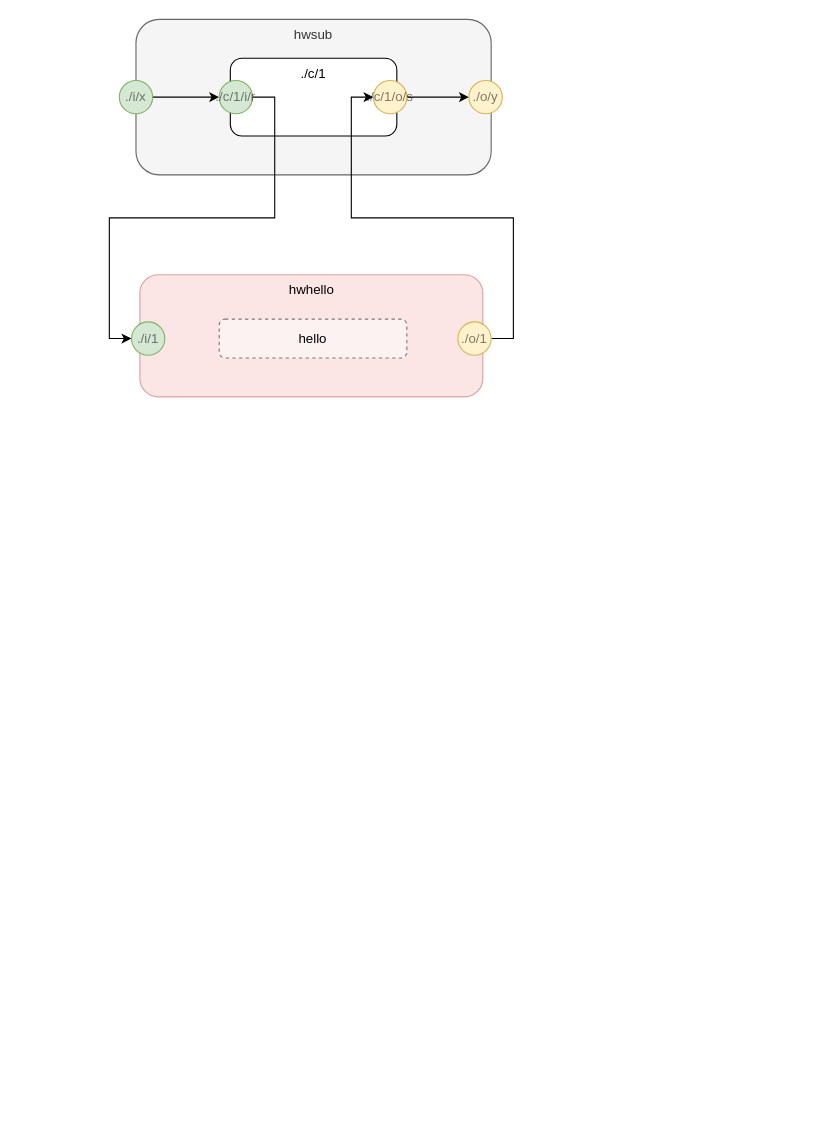
Above: page "hw23" (4 of 8) of v2/hello.drawio in guitarvydas/asc-manually (draw.io), before the change. Source tidied: cells renumbered, new cells numbered last; positions are measured from the earlier drawing's top-left corner, leaving out a move shared by most shapes. Both pictures are drawn from the tidied source at 111%, with x=0, y=0 at pixel (119, 19).
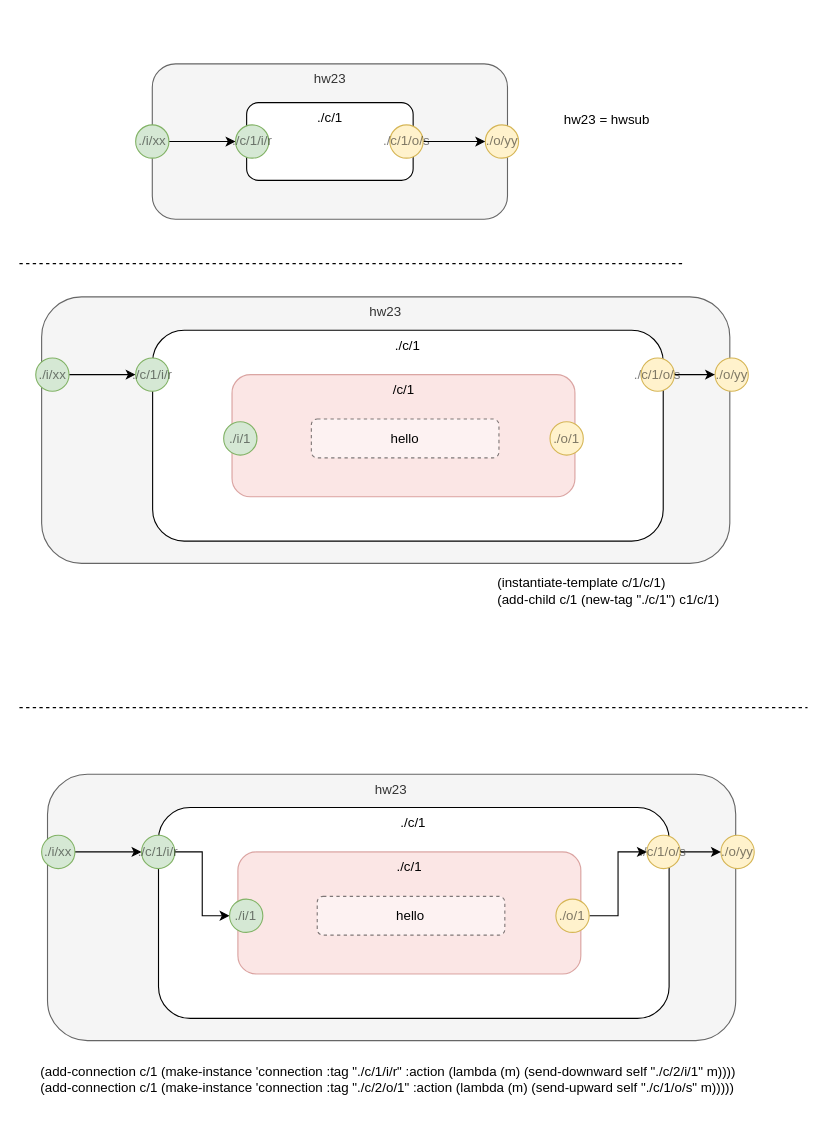
The same page after the edit.

Change to the diagram source:
```diff
@@
-    <mxCell id="2" value="hwsub" style="rounded=1;whiteSpace=wrap;html=1;verticalAlign=top;fillColor=#f5f5f5;strokeColor=#666666;fontColor=#333333;" parent="1" vertex="1">
-      <mxGeometry x="15" width="320" height="140" as="geometry" />
-    </mxCell>
-    <mxCell id="3" value="./c/1" style="rounded=1;whiteSpace=wrap;html=1;verticalAlign=top;" parent="1" vertex="1">
-      <mxGeometry x="100" y="35" width="150" height="70" as="geometry" />
-    </mxCell>
-    <mxCell id="4" style="edgeStyle=orthogonalEdgeStyle;rounded=0;jettySize=auto;html=1;exitX=1;exitY=0.5;exitDx=0;exitDy=0;" parent="1" edge="1" source="5" target="8">
-      <mxGeometry relative="1" as="geometry" />
-    </mxCell>
-    <mxCell id="5" value="./i/x" style="ellipse;whiteSpace=wrap;html=1;fillColor=#d5e8d4;align=center;strokeColor=#82b366;textOpacity=50;" parent="1" vertex="1">
-      <mxGeometry y="55" width="30" height="30" as="geometry" />
-    </mxCell>
-    <mxCell id="6" value="./o/y" style="ellipse;whiteSpace=wrap;html=1;fillColor=#fff2cc;align=center;strokeColor=#d6b656;textOpacity=50;" parent="1" vertex="1">
-      <mxGeometry x="315" y="55" width="30" height="30" as="geometry" />
-    </mxCell>
-    <mxCell id="7" style="edgeStyle=orthogonalEdgeStyle;rounded=0;jettySize=auto;html=1;exitX=1;exitY=0.5;exitDx=0;exitDy=0;entryX=0;entryY=0.5;entryDx=0;entryDy=0;" parent="1" edge="1" source="8" target="13">
-      <mxGeometry relative="1" as="geometry" />
-    </mxCell>
-    <mxCell id="8" value="./c/1/i/r" style="ellipse;whiteSpace=wrap;html=1;fillColor=#d5e8d4;align=center;strokeColor=#82b366;textOpacity=50;" parent="1" vertex="1">
-      <mxGeometry x="90" y="55" width="30" height="30" as="geometry" />
-    </mxCell>
-    <mxCell id="9" style="edgeStyle=orthogonalEdgeStyle;rounded=0;jettySize=auto;html=1;exitX=1;exitY=0.5;exitDx=0;exitDy=0;entryX=0;entryY=0.5;entryDx=0;entryDy=0;" parent="1" edge="1" source="10" target="6">
-      <mxGeometry relative="1" as="geometry" />
-    </mxCell>
-    <mxCell id="10" value="./c/1/o/s" style="ellipse;whiteSpace=wrap;html=1;fillColor=#fff2cc;align=center;strokeColor=#d6b656;textOpacity=50;" parent="1" vertex="1">
-      <mxGeometry x="229" y="55" width="30" height="30" as="geometry" />
-    </mxCell>
-    <mxCell id="11" value="hwhello" style="rounded=1;whiteSpace=wrap;html=1;opacity=50;align=center;verticalAlign=top;fillColor=#f8cecc;strokeColor=#b85450;" parent="1" vertex="1">
-      <mxGeometry x="18.5" y="230" width="309" height="110" as="geometry" />
-    </mxCell>
-    <mxCell id="12" value="hello" style="rounded=1;whiteSpace=wrap;html=1;dashed=1;opacity=50;align=center;verticalAlign=middle;" parent="1" vertex="1">
-      <mxGeometry x="90" y="270" width="169" height="35" as="geometry" />
-    </mxCell>
-    <mxCell id="13" value="./i/1" style="ellipse;whiteSpace=wrap;html=1;fillColor=#d5e8d4;align=center;strokeColor=#82b366;textOpacity=50;" parent="1" vertex="1">
-      <mxGeometry x="11" y="272.5" width="30" height="30" as="geometry" />
-    </mxCell>
-    <mxCell id="14" style="edgeStyle=orthogonalEdgeStyle;rounded=0;jettySize=auto;html=1;exitX=1;exitY=0.5;exitDx=0;exitDy=0;entryX=0;entryY=0.5;entryDx=0;entryDy=0;" parent="1" edge="1" source="15" target="10">
-      <mxGeometry relative="1" as="geometry" />
-    </mxCell>
-    <mxCell id="15" value="./o/1" style="ellipse;whiteSpace=wrap;html=1;fillColor=#fff2cc;align=center;strokeColor=#d6b656;textOpacity=50;" parent="1" vertex="1">
-      <mxGeometry x="305" y="272.5" width="30" height="30" as="geometry" />
-    </mxCell>
+    <mxCell id="16" value="hw23" style="rounded=1;whiteSpace=wrap;html=1;verticalAlign=top;fillColor=#f5f5f5;strokeColor=#666666;fontColor=#333333;" parent="1" vertex="1">
+      <mxGeometry x="29.7" y="40" width="320" height="140" as="geometry" />
+    </mxCell>
+    <mxCell id="17" value="./c/1" style="rounded=1;whiteSpace=wrap;html=1;verticalAlign=top;" parent="1" vertex="1">
+      <mxGeometry x="114.7" y="75" width="150" height="70" as="geometry" />
+    </mxCell>
+    <mxCell id="18" style="edgeStyle=orthogonalEdgeStyle;rounded=0;jettySize=auto;html=1;exitX=1;exitY=0.5;exitDx=0;exitDy=0;" parent="1" edge="1" source="19" target="21">
+      <mxGeometry relative="1" as="geometry" />
+    </mxCell>
+    <mxCell id="19" value="./i/xx" style="ellipse;whiteSpace=wrap;html=1;fillColor=#d5e8d4;align=center;strokeColor=#82b366;textOpacity=50;" parent="1" vertex="1">
+      <mxGeometry x="14.7" y="95" width="30" height="30" as="geometry" />
+    </mxCell>
+    <mxCell id="20" value="./o/yy" style="ellipse;whiteSpace=wrap;html=1;fillColor=#fff2cc;align=center;strokeColor=#d6b656;textOpacity=50;" parent="1" vertex="1">
+      <mxGeometry x="329.7" y="95" width="30" height="30" as="geometry" />
+    </mxCell>
+    <mxCell id="21" value="./c/1/i/r" style="ellipse;whiteSpace=wrap;html=1;fillColor=#d5e8d4;align=center;strokeColor=#82b366;textOpacity=50;" parent="1" vertex="1">
+      <mxGeometry x="104.7" y="95" width="30" height="30" as="geometry" />
+    </mxCell>
+    <mxCell id="22" style="edgeStyle=orthogonalEdgeStyle;rounded=0;jettySize=auto;html=1;exitX=1;exitY=0.5;exitDx=0;exitDy=0;entryX=0;entryY=0.5;entryDx=0;entryDy=0;" parent="1" edge="1" source="23" target="20">
+      <mxGeometry relative="1" as="geometry" />
+    </mxCell>
+    <mxCell id="23" value="./c/1/o/s" style="ellipse;whiteSpace=wrap;html=1;fillColor=#fff2cc;align=center;strokeColor=#d6b656;textOpacity=50;" parent="1" vertex="1">
+      <mxGeometry x="243.7" y="95" width="30" height="30" as="geometry" />
+    </mxCell>
+    <mxCell id="24" value="hw23" style="rounded=1;whiteSpace=wrap;html=1;verticalAlign=top;fillColor=#f5f5f5;strokeColor=#666666;fontColor=#333333;" parent="1" vertex="1">
+      <mxGeometry x="-70" y="250" width="620" height="240" as="geometry" />
+    </mxCell>
+    <mxCell id="25" value="./c/1" style="rounded=1;whiteSpace=wrap;html=1;verticalAlign=top;" parent="1" vertex="1">
+      <mxGeometry x="30" y="280" width="460" height="190" as="geometry" />
+    </mxCell>
+    <mxCell id="26" style="edgeStyle=orthogonalEdgeStyle;rounded=0;jettySize=auto;html=1;exitX=1;exitY=0.5;exitDx=0;exitDy=0;" parent="1" edge="1" source="27" target="29">
+      <mxGeometry relative="1" as="geometry" />
+    </mxCell>
+    <mxCell id="27" value="./i/xx" style="ellipse;whiteSpace=wrap;html=1;fillColor=#d5e8d4;align=center;strokeColor=#82b366;textOpacity=50;" parent="1" vertex="1">
+      <mxGeometry x="-75.3" y="305" width="30" height="30" as="geometry" />
+    </mxCell>
+    <mxCell id="28" value="./o/yy" style="ellipse;whiteSpace=wrap;html=1;fillColor=#fff2cc;align=center;strokeColor=#d6b656;textOpacity=50;" parent="1" vertex="1">
+      <mxGeometry x="536.7" y="305" width="30" height="30" as="geometry" />
+    </mxCell>
+    <mxCell id="29" value="./c/1/i/r" style="ellipse;whiteSpace=wrap;html=1;fillColor=#d5e8d4;align=center;strokeColor=#82b366;textOpacity=50;" parent="1" vertex="1">
+      <mxGeometry x="14.7" y="305" width="30" height="30" as="geometry" />
+    </mxCell>
+    <mxCell id="30" style="edgeStyle=orthogonalEdgeStyle;rounded=0;jettySize=auto;html=1;exitX=1;exitY=0.5;exitDx=0;exitDy=0;entryX=0;entryY=0.5;entryDx=0;entryDy=0;" parent="1" edge="1" source="31" target="28">
+      <mxGeometry relative="1" as="geometry" />
+    </mxCell>
+    <mxCell id="31" value="./c/1/o/s" style="ellipse;whiteSpace=wrap;html=1;fillColor=#fff2cc;align=center;strokeColor=#d6b656;textOpacity=50;" parent="1" vertex="1">
+      <mxGeometry x="470" y="305" width="30" height="30" as="geometry" />
+    </mxCell>
+    <mxCell id="32" value="/c/1" style="rounded=1;whiteSpace=wrap;html=1;opacity=50;align=center;verticalAlign=top;fillColor=#f8cecc;strokeColor=#b85450;" parent="1" vertex="1">
+      <mxGeometry x="101.5" y="320" width="309" height="110" as="geometry" />
+    </mxCell>
+    <mxCell id="33" value="hello" style="rounded=1;whiteSpace=wrap;html=1;dashed=1;opacity=50;align=center;verticalAlign=middle;" parent="1" vertex="1">
+      <mxGeometry x="173" y="360" width="169" height="35" as="geometry" />
+    </mxCell>
+    <mxCell id="34" value="./i/1" style="ellipse;whiteSpace=wrap;html=1;fillColor=#d5e8d4;align=center;strokeColor=#82b366;textOpacity=50;" parent="1" vertex="1">
+      <mxGeometry x="94" y="362.5" width="30" height="30" as="geometry" />
+    </mxCell>
+    <mxCell id="35" value="./o/1" style="ellipse;whiteSpace=wrap;html=1;fillColor=#fff2cc;align=center;strokeColor=#d6b656;textOpacity=50;" parent="1" vertex="1">
+      <mxGeometry x="388" y="362.5" width="30" height="30" as="geometry" />
+    </mxCell>
+    <mxCell id="36" style="endArrow=none;dashed=1;html=1;" parent="1" edge="1">
+      <mxGeometry relative="1" as="geometry">
+        <mxPoint x="-90" y="220" as="sourcePoint" />
+        <mxPoint x="510" y="220" as="targetPoint" />
+      </mxGeometry>
+    </mxCell>
+    <mxCell id="37" style="endArrow=none;dashed=1;html=1;" parent="1" edge="1">
+      <mxGeometry relative="1" as="geometry">
+        <mxPoint x="-90" y="620" as="sourcePoint" />
+        <mxPoint x="620" y="620" as="targetPoint" />
+      </mxGeometry>
+    </mxCell>
+    <mxCell id="38" value="hw23 = hwsub" style="text;html=1;align=center;verticalAlign=middle;" parent="1" vertex="1">
+      <mxGeometry x="393.7" y="81" width="90" height="20" as="geometry" />
+    </mxCell>
+    <mxCell id="39" value="&lt;div&gt;(instantiate-template c/1/c/1)&lt;/div&gt;&lt;div&gt;(add-child c/1 (new-tag &quot;./c/1&quot;) c1/c/1)&lt;/div&gt;" style="text;html=1;align=left;verticalAlign=middle;spacing=6;" parent="1" vertex="1">
+      <mxGeometry x="335" y="490" width="230" height="50" as="geometry" />
+    </mxCell>
+    <mxCell id="40" value="hw23" style="rounded=1;whiteSpace=wrap;html=1;verticalAlign=top;fillColor=#f5f5f5;strokeColor=#666666;fontColor=#333333;" parent="1" vertex="1">
+      <mxGeometry x="-64.7" y="680" width="620" height="240" as="geometry" />
+    </mxCell>
+    <mxCell id="41" value="./c/1" style="rounded=1;whiteSpace=wrap;html=1;verticalAlign=top;" parent="1" vertex="1">
+      <mxGeometry x="35.3" y="710" width="460" height="190" as="geometry" />
+    </mxCell>
+    <mxCell id="42" style="edgeStyle=orthogonalEdgeStyle;rounded=0;jettySize=auto;html=1;exitX=1;exitY=0.5;exitDx=0;exitDy=0;" parent="1" edge="1" source="43" target="46">
+      <mxGeometry relative="1" as="geometry" />
+    </mxCell>
+    <mxCell id="43" value="./i/xx" style="ellipse;whiteSpace=wrap;html=1;fillColor=#d5e8d4;align=center;strokeColor=#82b366;textOpacity=50;" parent="1" vertex="1">
+      <mxGeometry x="-70" y="735" width="30" height="30" as="geometry" />
+    </mxCell>
+    <mxCell id="44" value="./o/yy" style="ellipse;whiteSpace=wrap;html=1;fillColor=#fff2cc;align=center;strokeColor=#d6b656;textOpacity=50;" parent="1" vertex="1">
+      <mxGeometry x="542" y="735" width="30" height="30" as="geometry" />
+    </mxCell>
+    <mxCell id="45" style="edgeStyle=orthogonalEdgeStyle;rounded=0;jettySize=auto;html=1;exitX=1;exitY=0.5;exitDx=0;exitDy=0;entryX=0;entryY=0.5;entryDx=0;entryDy=0;startArrow=none;startFill=0;endArrow=classic;endFill=1;" parent="1" edge="1" source="46" target="51">
+      <mxGeometry relative="1" as="geometry" />
+    </mxCell>
+    <mxCell id="46" value="./c/1/i/r" style="ellipse;whiteSpace=wrap;html=1;fillColor=#d5e8d4;align=center;strokeColor=#82b366;textOpacity=50;" parent="1" vertex="1">
+      <mxGeometry x="20" y="735" width="30" height="30" as="geometry" />
+    </mxCell>
+    <mxCell id="47" style="edgeStyle=orthogonalEdgeStyle;rounded=0;jettySize=auto;html=1;exitX=1;exitY=0.5;exitDx=0;exitDy=0;entryX=0;entryY=0.5;entryDx=0;entryDy=0;" parent="1" edge="1" source="48" target="44">
+      <mxGeometry relative="1" as="geometry" />
+    </mxCell>
+    <mxCell id="48" value="./c/1/o/s" style="ellipse;whiteSpace=wrap;html=1;fillColor=#fff2cc;align=center;strokeColor=#d6b656;textOpacity=50;" parent="1" vertex="1">
+      <mxGeometry x="475.3" y="735" width="30" height="30" as="geometry" />
+    </mxCell>
+    <mxCell id="49" value="./c/1" style="rounded=1;whiteSpace=wrap;html=1;opacity=50;align=center;verticalAlign=top;fillColor=#f8cecc;strokeColor=#b85450;" parent="1" vertex="1">
+      <mxGeometry x="106.8" y="750" width="309" height="110" as="geometry" />
+    </mxCell>
+    <mxCell id="50" value="hello" style="rounded=1;whiteSpace=wrap;html=1;dashed=1;opacity=50;align=center;verticalAlign=middle;" parent="1" vertex="1">
+      <mxGeometry x="178.3" y="790" width="169" height="35" as="geometry" />
+    </mxCell>
+    <mxCell id="51" value="./i/1" style="ellipse;whiteSpace=wrap;html=1;fillColor=#d5e8d4;align=center;strokeColor=#82b366;textOpacity=50;" parent="1" vertex="1">
+      <mxGeometry x="99.3" y="792.5" width="30" height="30" as="geometry" />
+    </mxCell>
+    <mxCell id="52" style="edgeStyle=orthogonalEdgeStyle;rounded=0;jettySize=auto;html=1;entryX=0;entryY=0.5;entryDx=0;entryDy=0;startArrow=none;startFill=0;endArrow=classic;endFill=1;" parent="1" edge="1" source="53" target="48">
+      <mxGeometry relative="1" as="geometry" />
+    </mxCell>
+    <mxCell id="53" value="./o/1" style="ellipse;whiteSpace=wrap;html=1;fillColor=#fff2cc;align=center;strokeColor=#d6b656;textOpacity=50;" parent="1" vertex="1">
+      <mxGeometry x="393.3" y="792.5" width="30" height="30" as="geometry" />
+    </mxCell>
+    <mxCell id="54" value="&lt;div&gt;&amp;nbsp; &amp;nbsp; (add-connection c/1 (make-instance 'connection :tag &quot;./c/1/i/r&quot; :action (lambda (m) (send-downward self &quot;./c/2/i/1&quot; m))))&lt;/div&gt;&lt;div&gt;&amp;nbsp; &amp;nbsp; (add-connection c/1 (make-instance 'connection :tag &quot;./c/2/o/1&quot; :action (lambda (m) (send-upward self &quot;./c/1/o/s&quot; m)))))&lt;/div&gt;" style="text;html=1;align=left;verticalAlign=middle;spacing=6;" parent="1" vertex="1">
+      <mxGeometry x="-89.7" y="930" width="670" height="50" as="geometry" />
+    </mxCell>
```
